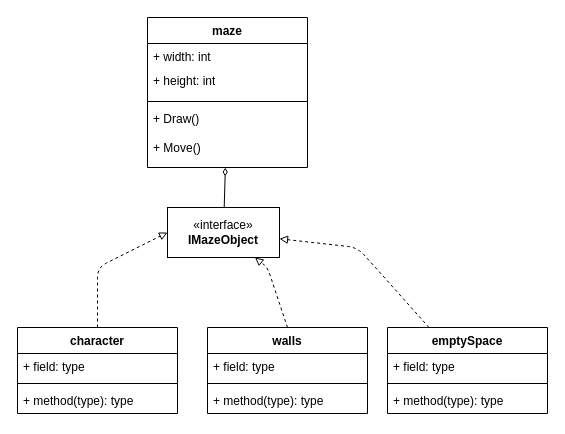
MOAZ1380/MazeGame keeps this draw.io diagram as MazeGameUML.drawio. Above is the earlier version. Source tidied: cells renumbered, new cells numbered last; positions are measured from the earlier drawing's top-left corner, leaving out a move shared by most shapes. Both pictures are drawn from the tidied source at 100%, with x=0, y=0 at pixel (17, 17).
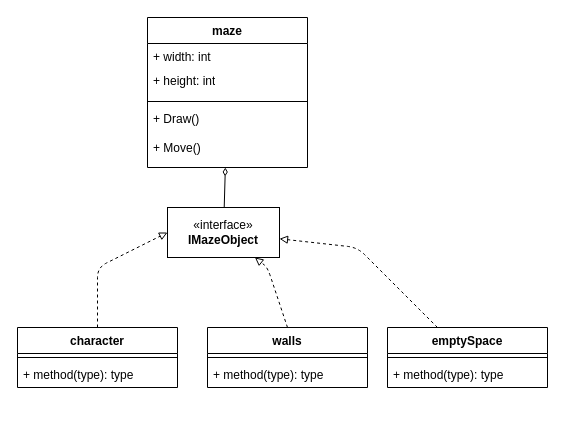
The same diagram, later.

Change to the diagram source:
```diff
@@
     <mxCell id="2" value="character" style="swimlane;fontStyle=1;align=center;verticalAlign=top;horizontal=1;startSize=26;whiteSpace=wrap;html=1;" parent="1" vertex="1">
-      <mxGeometry y="310" width="160" height="86" as="geometry" />
+      <mxGeometry y="310" width="160" height="60" as="geometry" />
     </mxCell>
-    <mxCell id="3" value="+ field: type" style="text;strokeColor=none;fillColor=none;align=left;verticalAlign=top;spacingLeft=4;spacingRight=4;overflow=hidden;whiteSpace=wrap;html=1;" parent="2" vertex="1">
-      <mxGeometry y="26" width="160" height="26" as="geometry" />
-    </mxCell>
     <mxCell id="4" style="line;strokeWidth=1;fillColor=none;align=left;verticalAlign=middle;spacingTop=-1;spacingLeft=3;spacingRight=3;labelPosition=right;strokeColor=inherit;" parent="2" vertex="1">
-      <mxGeometry y="52" width="160" height="8" as="geometry" />
+      <mxGeometry y="26" width="160" height="8" as="geometry" />
     </mxCell>
     <mxCell id="5" value="+ method(type): type" style="text;strokeColor=none;fillColor=none;align=left;verticalAlign=top;spacingLeft=4;spacingRight=4;overflow=hidden;whiteSpace=wrap;html=1;" parent="2" vertex="1">
-      <mxGeometry y="60" width="160" height="26" as="geometry" />
+      <mxGeometry y="34" width="160" height="26" as="geometry" />
     </mxCell>
@@
     <mxCell id="7" value="walls" style="swimlane;fontStyle=1;align=center;verticalAlign=top;horizontal=1;startSize=26;whiteSpace=wrap;html=1;" parent="1" vertex="1">
-      <mxGeometry x="190" y="310" width="160" height="86" as="geometry" />
+      <mxGeometry x="190" y="310" width="160" height="60" as="geometry" />
     </mxCell>
-    <mxCell id="8" value="+ field: type" style="text;strokeColor=none;fillColor=none;align=left;verticalAlign=top;spacingLeft=4;spacingRight=4;overflow=hidden;whiteSpace=wrap;html=1;" parent="7" vertex="1">
-      <mxGeometry y="26" width="160" height="26" as="geometry" />
-    </mxCell>
     <mxCell id="9" style="line;strokeWidth=1;fillColor=none;align=left;verticalAlign=middle;spacingTop=-1;spacingLeft=3;spacingRight=3;labelPosition=right;strokeColor=inherit;" parent="7" vertex="1">
-      <mxGeometry y="52" width="160" height="8" as="geometry" />
+      <mxGeometry y="26" width="160" height="8" as="geometry" />
     </mxCell>
     <mxCell id="10" value="+ method(type): type" style="text;strokeColor=none;fillColor=none;align=left;verticalAlign=top;spacingLeft=4;spacingRight=4;overflow=hidden;whiteSpace=wrap;html=1;" parent="7" vertex="1">
-      <mxGeometry y="60" width="160" height="26" as="geometry" />
+      <mxGeometry y="34" width="160" height="26" as="geometry" />
     </mxCell>
@@
     <mxCell id="13" value="emptySpace" style="swimlane;fontStyle=1;align=center;verticalAlign=top;horizontal=1;startSize=26;whiteSpace=wrap;html=1;" parent="1" vertex="1">
-      <mxGeometry x="370" y="310" width="160" height="86" as="geometry" />
+      <mxGeometry x="370" y="310" width="160" height="60" as="geometry" />
     </mxCell>
-    <mxCell id="14" value="+ field: type" style="text;strokeColor=none;fillColor=none;align=left;verticalAlign=top;spacingLeft=4;spacingRight=4;overflow=hidden;whiteSpace=wrap;html=1;" parent="13" vertex="1">
-      <mxGeometry y="26" width="160" height="26" as="geometry" />
-    </mxCell>
     <mxCell id="15" style="line;strokeWidth=1;fillColor=none;align=left;verticalAlign=middle;spacingTop=-1;spacingLeft=3;spacingRight=3;labelPosition=right;strokeColor=inherit;" parent="13" vertex="1">
-      <mxGeometry y="52" width="160" height="8" as="geometry" />
+      <mxGeometry y="26" width="160" height="8" as="geometry" />
     </mxCell>
     <mxCell id="16" value="+ method(type): type" style="text;strokeColor=none;fillColor=none;align=left;verticalAlign=top;spacingLeft=4;spacingRight=4;overflow=hidden;whiteSpace=wrap;html=1;" parent="13" vertex="1">
-      <mxGeometry y="60" width="160" height="26" as="geometry" />
+      <mxGeometry y="34" width="160" height="26" as="geometry" />
     </mxCell>
```
